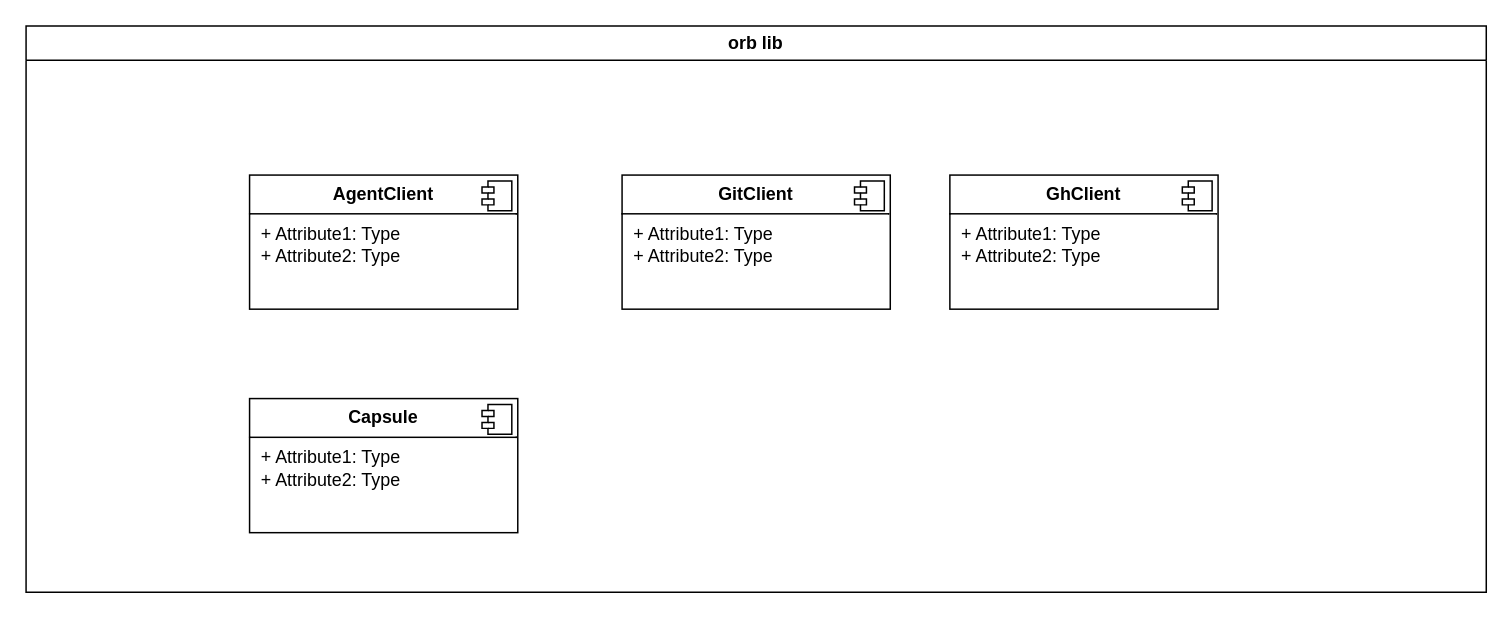
This is page "Components" (2 of 3) of Untitled Diagram.drawio from antshc/loop, a draw.io file, before an edit. Source tidied: cells renumbered, new cells numbered last; positions are measured from the earlier drawing's top-left corner, leaving out a move shared by most shapes. Both pictures are drawn from the tidied source at 149%, with x=0, y=0 at pixel (25, 25).
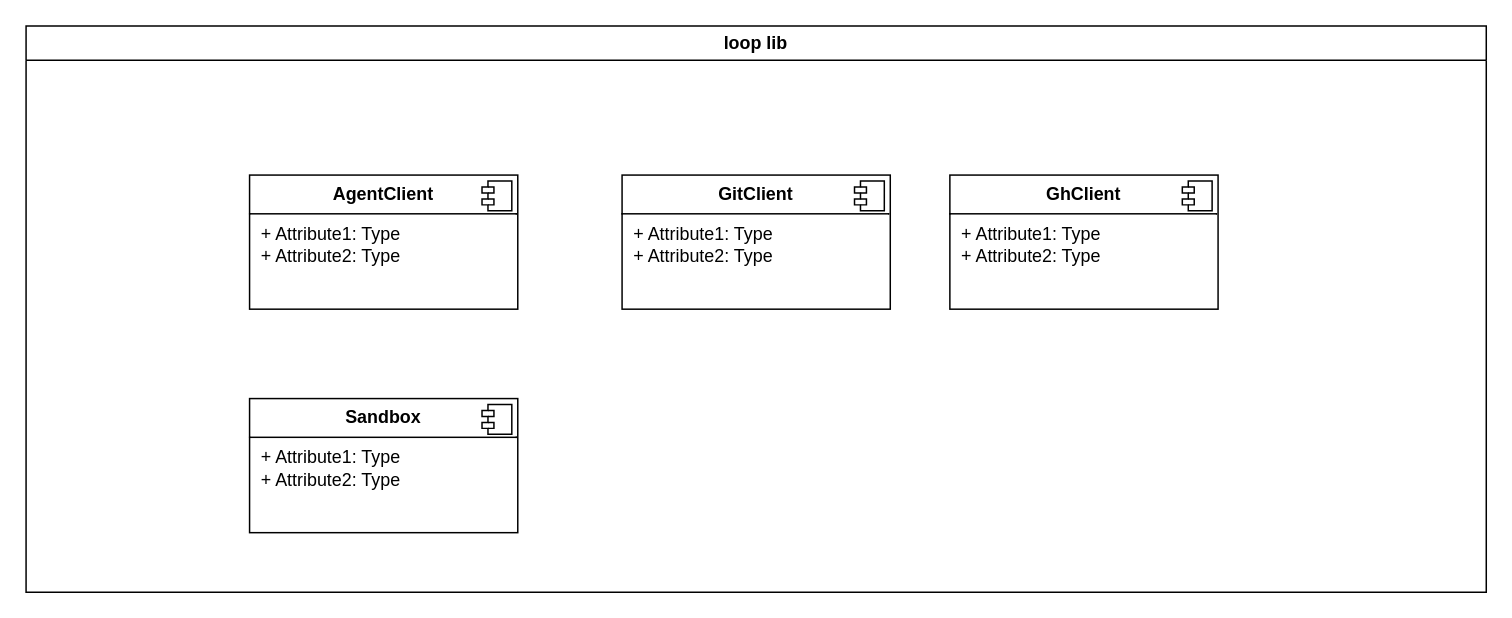
The same diagram, later.

Change to the diagram source:
```diff
@@
 <mxGraphModel>
   <root>
     <mxCell id="0" />
     <mxCell id="1" parent="0" />
     <mxCell id="2" value="&lt;p style=&quot;margin:0px;margin-top:6px;text-align:center;&quot;&gt;&lt;b&gt;AgentClient&lt;/b&gt;&lt;/p&gt;&lt;hr size=&quot;1&quot; style=&quot;border-style:solid;&quot;&gt;&lt;p style=&quot;margin:0px;margin-left:8px;&quot;&gt;+ Attribute1: Type&lt;br&gt;+ Attribute2: Type&lt;/p&gt;" style="align=left;overflow=fill;html=1;whiteSpace=wrap;" parent="1" vertex="1">
       <mxGeometry x="150" y="100" width="180" height="90" as="geometry" />
     </mxCell>
     <mxCell id="3" style="shape=component;jettyWidth=8;jettyHeight=4;" parent="2" vertex="1">
       <mxGeometry x="1" width="20" height="20" relative="1" as="geometry">
         <mxPoint x="-24" y="4" as="offset" />
       </mxGeometry>
     </mxCell>
     <mxCell id="4" value="&lt;p style=&quot;margin:0px;margin-top:6px;text-align:center;&quot;&gt;&lt;b&gt;GitClient&lt;/b&gt;&lt;/p&gt;&lt;hr size=&quot;1&quot; style=&quot;border-style:solid;&quot;&gt;&lt;p style=&quot;margin:0px;margin-left:8px;&quot;&gt;+ Attribute1: Type&lt;br&gt;+ Attribute2: Type&lt;/p&gt;" style="align=left;overflow=fill;html=1;whiteSpace=wrap;" parent="1" vertex="1">
       <mxGeometry x="400" y="100" width="180" height="90" as="geometry" />
     </mxCell>
     <mxCell id="5" style="shape=component;jettyWidth=8;jettyHeight=4;" parent="4" vertex="1">
       <mxGeometry x="1" width="20" height="20" relative="1" as="geometry">
         <mxPoint x="-24" y="4" as="offset" />
       </mxGeometry>
     </mxCell>
     <mxCell id="6" value="&lt;p style=&quot;margin:0px;margin-top:6px;text-align:center;&quot;&gt;&lt;b&gt;GhClient&lt;/b&gt;&lt;/p&gt;&lt;hr size=&quot;1&quot; style=&quot;border-style:solid;&quot;&gt;&lt;p style=&quot;margin:0px;margin-left:8px;&quot;&gt;+ Attribute1: Type&lt;br&gt;+ Attribute2: Type&lt;/p&gt;" style="align=left;overflow=fill;html=1;whiteSpace=wrap;" parent="1" vertex="1">
       <mxGeometry x="620" y="100" width="180" height="90" as="geometry" />
     </mxCell>
     <mxCell id="7" style="shape=component;jettyWidth=8;jettyHeight=4;" parent="6" vertex="1">
       <mxGeometry x="1" width="20" height="20" relative="1" as="geometry">
         <mxPoint x="-24" y="4" as="offset" />
       </mxGeometry>
     </mxCell>
-    <mxCell id="8" value="orb lib" style="swimlane;whiteSpace=wrap;html=1;" parent="1" vertex="1">
+    <mxCell id="8" value="loop lib" style="swimlane;whiteSpace=wrap;html=1;" parent="1" vertex="1">
       <mxGeometry width="980" height="380" as="geometry" />
     </mxCell>
-    <mxCell id="9" value="&lt;p style=&quot;margin:0px;margin-top:6px;text-align:center;&quot;&gt;&lt;b&gt;Capsule&lt;/b&gt;&lt;/p&gt;&lt;hr size=&quot;1&quot; style=&quot;border-style:solid;&quot;&gt;&lt;p style=&quot;margin:0px;margin-left:8px;&quot;&gt;+ Attribute1: Type&lt;br&gt;+ Attribute2: Type&lt;/p&gt;" style="align=left;overflow=fill;html=1;whiteSpace=wrap;" parent="8" vertex="1">
+    <mxCell id="9" value="&lt;p style=&quot;margin:0px;margin-top:6px;text-align:center;&quot;&gt;&lt;b&gt;Sandbox&lt;/b&gt;&lt;/p&gt;&lt;hr size=&quot;1&quot; style=&quot;border-style:solid;&quot;&gt;&lt;p style=&quot;margin:0px;margin-left:8px;&quot;&gt;+ Attribute1: Type&lt;br&gt;+ Attribute2: Type&lt;/p&gt;" style="align=left;overflow=fill;html=1;whiteSpace=wrap;" parent="8" vertex="1">
       <mxGeometry x="150" y="250" width="180" height="90" as="geometry" />
     </mxCell>
     <mxCell id="10" style="shape=component;jettyWidth=8;jettyHeight=4;" parent="9" vertex="1">
       <mxGeometry x="1" width="20" height="20" relative="1" as="geometry">
         <mxPoint x="-24" y="4" as="offset" />
       </mxGeometry>
     </mxCell>
   </root>
 </mxGraphModel>
```
